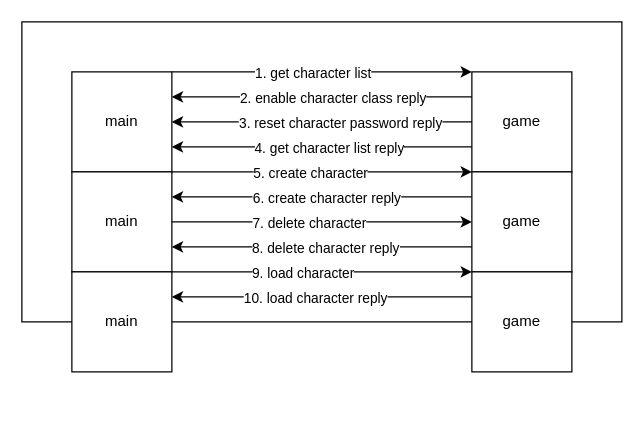
The draw.io diagram docs/character.drawio in xujintao/balgass, before the edit. Source tidied: cells renumbered, new cells numbered last; positions are measured from the earlier drawing's top-left corner, leaving out a move shared by most shapes. Both pictures are drawn from the tidied source at 125%, with x=0, y=0 at pixel (21, 21).
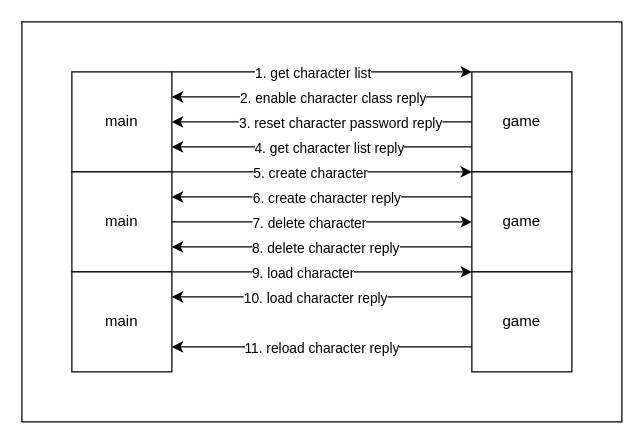
Above is the later version.

The change refers to these unchanged cells:
```xml
<mxCell id="23" value="main" style="rounded=0;whiteSpace=wrap;html=1;" parent="1" vertex="1">
  <mxGeometry x="40" y="200" width="80" height="80" as="geometry" />
</mxCell>
<mxCell id="24" value="game" style="rounded=0;whiteSpace=wrap;html=1;" parent="1" vertex="1">
  <mxGeometry x="360" y="200" width="80" height="80" as="geometry" />
</mxCell>
```

The edit, as a diff of the source:
```diff
@@
-    <mxCell id="2" style="rounded=0;whiteSpace=wrap;html=1;" parent="1" vertex="1">
-      <mxGeometry width="480" height="240" as="geometry" />
-    </mxCell>
+    <mxCell id="29" style="rounded=0;whiteSpace=wrap;html=1;" parent="1" vertex="1">
+      <mxGeometry width="480" height="320" as="geometry" />
+    </mxCell>
@@
+    <mxCell id="30" style="endArrow=classic;html=1;rounded=0;exitX=0;exitY=0.75;exitDx=0;exitDy=0;entryX=1;entryY=0.75;entryDx=0;entryDy=0;" parent="1" edge="1" source="24" target="23">
+      <mxGeometry relative="1" as="geometry" />
+    </mxCell>
+    <mxCell id="31" value="11. reload character reply" style="edgeLabel;html=1;align=center;verticalAlign=middle;" parent="30" vertex="1">
+      <mxGeometry x="0.19" y="-1" relative="1" as="geometry">
+        <mxPoint x="22" y="1" as="offset" />
+      </mxGeometry>
+    </mxCell>
```
